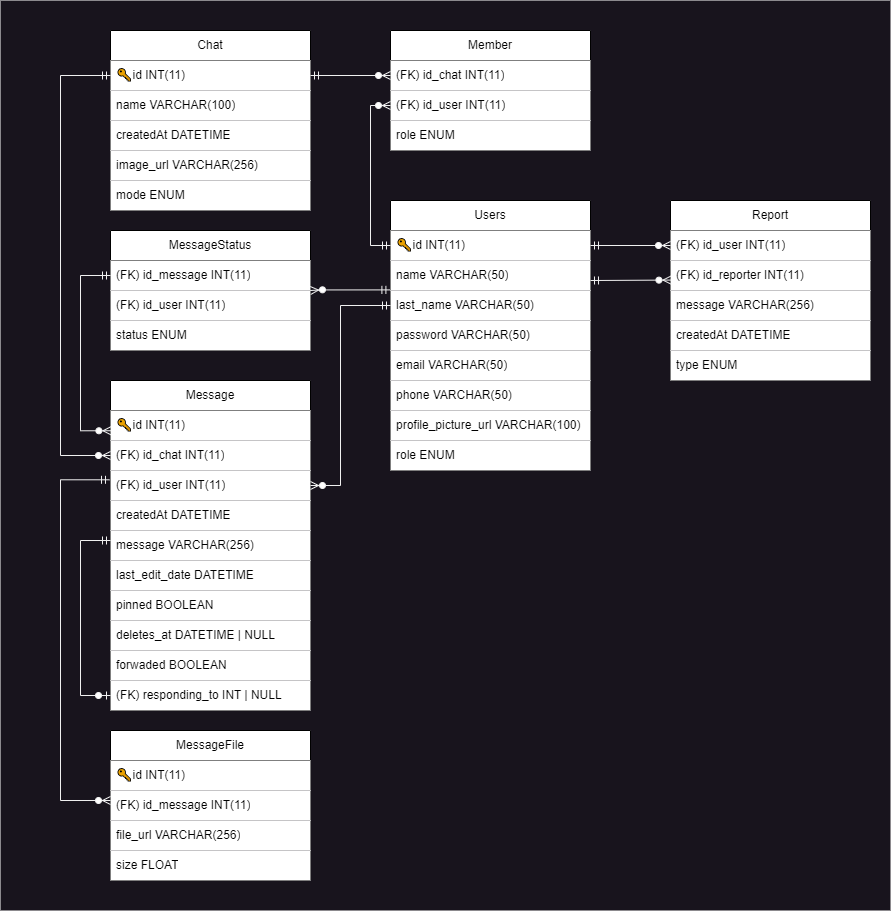
Above: assets/RelationalSchema.png in benjahuenchunir/React_Madrid_backend (draw.io), before the change. Source tidied: cells renumbered, new cells last; positions are measured from the earlier drawing's top-left corner, leaving out a move shared by most shapes.
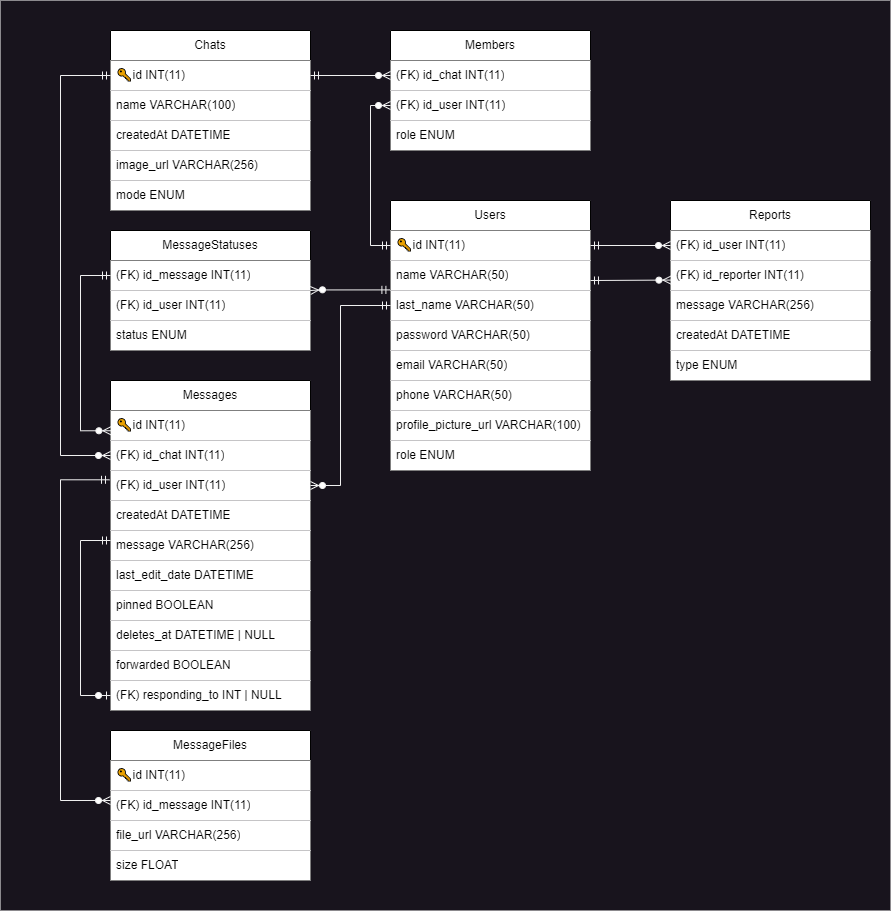
After the commit.

The edit, as a diff of the source:
```diff
@@ -32,7 +32,7 @@
     <mxCell id="11" value="role ENUM" style="text;strokeColor=none;fillColor=default;align=left;verticalAlign=middle;spacingLeft=4;spacingRight=4;overflow=hidden;whiteSpace=wrap;html=1;" parent="3" vertex="1">
       <mxGeometry y="240" width="200" height="30" as="geometry" />
     </mxCell>
-    <mxCell id="12" value="Chat" style="swimlane;fontStyle=0;horizontal=1;startSize=30;whiteSpace=wrap;html=1;" parent="1" vertex="1">
+    <mxCell id="12" value="Chats" style="swimlane;fontStyle=0;horizontal=1;startSize=30;whiteSpace=wrap;html=1;" parent="1" vertex="1">
       <mxGeometry x="110" y="30" width="200" height="180" as="geometry" />
     </mxCell>
     <mxCell id="13" value="🔑id INT(11)" style="text;align=left;verticalAlign=middle;spacingLeft=4;spacingRight=4;overflow=hidden;points=[[0,0.5],[1,0.5]];portConstraint=eastwest;whiteSpace=wrap;html=1;fillColor=default;" parent="12" vertex="1">
@@ -50,7 +50,7 @@
     <mxCell id="17" value="mode ENUM" style="text;strokeColor=none;fillColor=default;align=left;verticalAlign=middle;spacingLeft=4;spacingRight=4;overflow=hidden;whiteSpace=wrap;html=1;" parent="12" vertex="1">
       <mxGeometry y="150" width="200" height="30" as="geometry" />
     </mxCell>
-    <mxCell id="18" value="Member" style="swimlane;fontStyle=0;horizontal=1;startSize=30;whiteSpace=wrap;html=1;" parent="1" vertex="1">
+    <mxCell id="18" value="Members" style="swimlane;fontStyle=0;horizontal=1;startSize=30;whiteSpace=wrap;html=1;" parent="1" vertex="1">
       <mxGeometry x="390" y="30" width="200" height="120" as="geometry" />
     </mxCell>
     <mxCell id="19" value="(FK)&amp;nbsp;id_chat INT(11)" style="text;strokeColor=none;fillColor=default;align=left;verticalAlign=middle;spacingLeft=4;spacingRight=4;overflow=hidden;points=[[0,0.5],[1,0.5]];portConstraint=eastwest;whiteSpace=wrap;html=1;" parent="18" vertex="1">
@@ -62,7 +62,7 @@
     <mxCell id="21" value="role ENUM" style="text;strokeColor=none;fillColor=default;align=left;verticalAlign=middle;spacingLeft=4;spacingRight=4;overflow=hidden;whiteSpace=wrap;html=1;" parent="18" vertex="1">
       <mxGeometry y="90" width="200" height="30" as="geometry" />
     </mxCell>
-    <mxCell id="22" value="Report" style="swimlane;fontStyle=0;horizontal=1;startSize=30;whiteSpace=wrap;html=1;" parent="1" vertex="1">
+    <mxCell id="22" value="Reports" style="swimlane;fontStyle=0;horizontal=1;startSize=30;whiteSpace=wrap;html=1;" parent="1" vertex="1">
       <mxGeometry x="670" y="200" width="200" height="180" as="geometry" />
     </mxCell>
     <mxCell id="23" value="(FK)&amp;nbsp;id_user INT(11)" style="text;strokeColor=none;fillColor=default;align=left;verticalAlign=middle;spacingLeft=4;spacingRight=4;overflow=hidden;points=[[0,0.5],[1,0.5]];portConstraint=eastwest;whiteSpace=wrap;html=1;" parent="22" vertex="1">
@@ -80,7 +80,7 @@
     <mxCell id="27" value="type ENUM" style="text;strokeColor=none;fillColor=default;align=left;verticalAlign=middle;spacingLeft=4;spacingRight=4;overflow=hidden;whiteSpace=wrap;html=1;" parent="22" vertex="1">
       <mxGeometry y="150" width="200" height="30" as="geometry" />
     </mxCell>
-    <mxCell id="28" value="Message" style="swimlane;fontStyle=0;horizontal=1;startSize=30;whiteSpace=wrap;html=1;" parent="1" vertex="1">
+    <mxCell id="28" value="Messages" style="swimlane;fontStyle=0;horizontal=1;startSize=30;whiteSpace=wrap;html=1;" parent="1" vertex="1">
       <mxGeometry x="110" y="380" width="200" height="330" as="geometry" />
     </mxCell>
     <mxCell id="29" value="🔑id INT(11)" style="text;strokeColor=none;fillColor=default;align=left;verticalAlign=middle;spacingLeft=4;spacingRight=4;overflow=hidden;points=[[0,0.5],[1,0.5]];portConstraint=eastwest;whiteSpace=wrap;html=1;" parent="28" vertex="1">
@@ -107,7 +107,7 @@
     <mxCell id="36" value="deletes_at DATETIME | NULL" style="text;strokeColor=none;fillColor=default;align=left;verticalAlign=middle;spacingLeft=4;spacingRight=4;overflow=hidden;whiteSpace=wrap;html=1;" parent="28" vertex="1">
       <mxGeometry y="240" width="200" height="30" as="geometry" />
     </mxCell>
-    <mxCell id="37" value="forwaded BOOLEAN" style="text;strokeColor=none;fillColor=default;align=left;verticalAlign=middle;spacingLeft=4;spacingRight=4;overflow=hidden;whiteSpace=wrap;html=1;" parent="28" vertex="1">
+    <mxCell id="37" value="forwarded BOOLEAN" style="text;strokeColor=none;fillColor=default;align=left;verticalAlign=middle;spacingLeft=4;spacingRight=4;overflow=hidden;whiteSpace=wrap;html=1;" parent="28" vertex="1">
       <mxGeometry y="270" width="200" height="30" as="geometry" />
     </mxCell>
     <mxCell id="38" value="(FK) responding_to INT | NULL" style="text;strokeColor=none;fillColor=default;align=left;verticalAlign=middle;spacingLeft=4;spacingRight=4;overflow=hidden;points=[[0,0.5],[1,0.5]];portConstraint=eastwest;whiteSpace=wrap;html=1;" parent="28" vertex="1">
@@ -122,7 +122,7 @@
         </Array>
       </mxGeometry>
     </mxCell>
-    <mxCell id="40" value="MessageStatus" style="swimlane;fontStyle=0;horizontal=1;startSize=30;whiteSpace=wrap;html=1;" parent="1" vertex="1">
+    <mxCell id="40" value="MessageStatuses" style="swimlane;fontStyle=0;horizontal=1;startSize=30;whiteSpace=wrap;html=1;" parent="1" vertex="1">
       <mxGeometry x="110" y="230" width="200" height="120" as="geometry" />
     </mxCell>
     <mxCell id="41" value="(FK) id_message INT(11)" style="text;strokeColor=none;fillColor=default;align=left;verticalAlign=middle;spacingLeft=4;spacingRight=4;overflow=hidden;points=[[0,0.5],[1,0.5]];portConstraint=eastwest;whiteSpace=wrap;html=1;" parent="40" vertex="1">
@@ -186,7 +186,7 @@
         </Array>
       </mxGeometry>
     </mxCell>
-    <mxCell id="52" value="MessageFile" style="swimlane;fontStyle=0;horizontal=1;startSize=30;whiteSpace=wrap;html=1;" parent="1" vertex="1">
+    <mxCell id="52" value="MessageFiles" style="swimlane;fontStyle=0;horizontal=1;startSize=30;whiteSpace=wrap;html=1;" parent="1" vertex="1">
       <mxGeometry x="110" y="730" width="200" height="150" as="geometry" />
     </mxCell>
     <mxCell id="53" value="🔑id INT(11)" style="text;strokeColor=none;fillColor=default;align=left;verticalAlign=middle;spacingLeft=4;spacingRight=4;overflow=hidden;whiteSpace=wrap;html=1;" parent="52" vertex="1">
```
